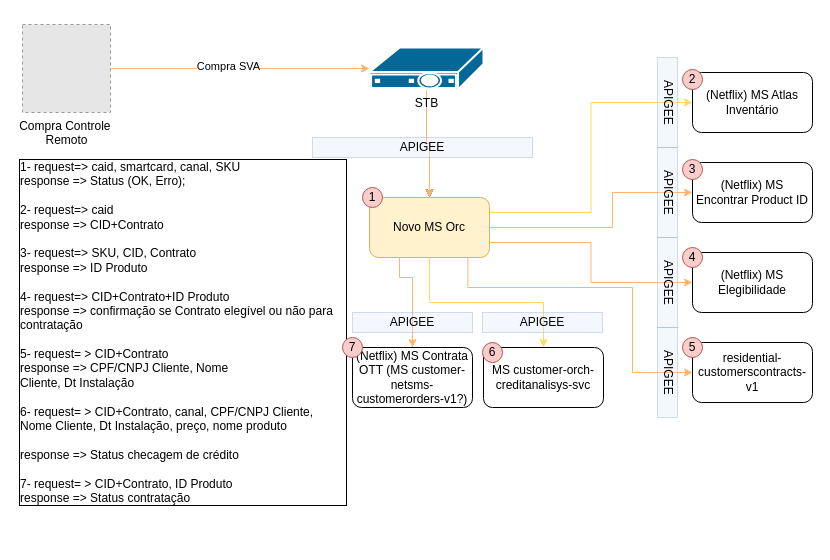
Before: page "v2" (2 of 2) of 119216 - Chamada de crédito para vendas através de controle remoto.drawio in samirali/ClaroBrasil, a draw.io diagram. Source tidied: cells renumbered, new cells numbered last; positions are measured from the earlier drawing's top-left corner, leaving out a move shared by most shapes. Both pictures are drawn from the tidied source at 100%, with x=0, y=0 at pixel (17, 24). Pictures stored in the file or linked from it are replaced by grey dashed boxes.
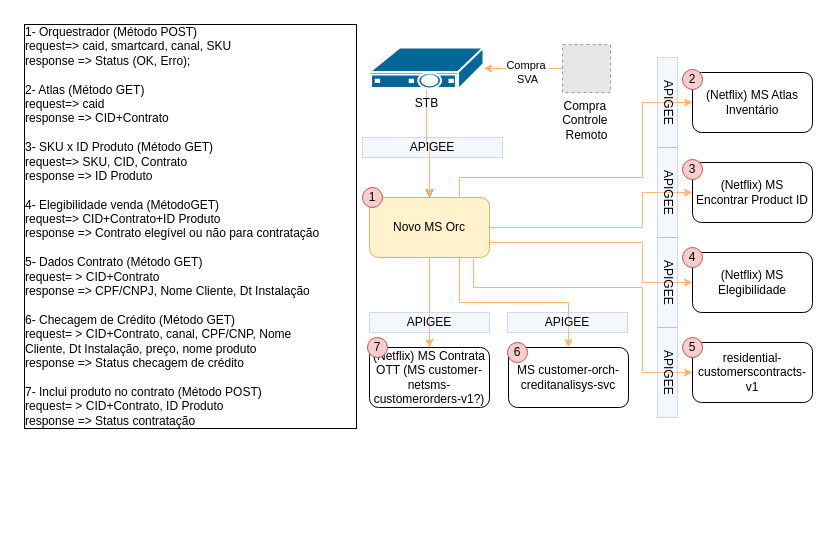
The same diagram, later.

Unchanged cells that the change refers to:
```xml
<mxCell id="3" value="(Netflix) MS Atlas Inventário" style="rounded=1;whiteSpace=wrap;html=1;" parent="1" vertex="1">
  <mxGeometry x="675" y="48" width="120" height="60" as="geometry" />
</mxCell>
<mxCell id="4" style="edgeStyle=orthogonalEdgeStyle;rounded=0;jettySize=auto;html=1;strokeColor=#FFB570;" parent="1" edge="1" source="6" target="9">
  <mxGeometry relative="1" as="geometry" />
</mxCell>
<mxCell id="13" value="Novo MS Orc" style="rounded=1;whiteSpace=wrap;html=1;fillColor=#fff2cc;strokeColor=#d6b656;" parent="1" vertex="1">
  <mxGeometry x="352" y="173" width="120" height="60" as="geometry" />
</mxCell>
<mxCell id="14" value="&lt;span&gt;residential-customerscontracts-v1&lt;/span&gt;" style="rounded=1;whiteSpace=wrap;html=1;" parent="1" vertex="1">
  <mxGeometry x="675" y="318" width="120" height="60" as="geometry" />
</mxCell>
<mxCell id="17" value="(Netflix)&amp;nbsp;MS Elegibilidade" style="rounded=1;whiteSpace=wrap;html=1;" parent="1" vertex="1">
  <mxGeometry x="675" y="228" width="120" height="60" as="geometry" />
</mxCell>
<mxCell id="26" value="(Netflix) MS Encontrar Product ID" style="rounded=1;whiteSpace=wrap;html=1;" parent="1" vertex="1">
  <mxGeometry x="675" y="138" width="120" height="60" as="geometry" />
</mxCell>
```

Diff of the diagram source:
```diff
@@
-    <mxCell id="2" value="1- request=&gt; caid, smartcard, canal, SKU &#10;response =&gt; Status (OK, Erro);&#10;&#10;2- request=&gt; caid &#10;response =&gt; CID+Contrato &#10;&#10;3- request=&gt; SKU, CID, Contrato &#10;response =&gt; ID Produto &#10;&#10;4- request=&gt; CID+Contrato+ID Produto &#10;response =&gt; confirmação se Contrato elegível ou não para contratação&#10;&#10;5- request= &gt; CID+Contrato &#10;response =&gt; CPF/CNPJ Cliente, Nome Cliente, Dt Instalação &#10;&#10;6- request= &gt; CID+Contrato, canal, CPF/CNPJ Cliente, Nome Cliente, Dt Instalação, preço, nome produto &#10;&#10;response =&gt; Status checagem de crédito&#10;&#10;7- request= &gt; CID+Contrato, ID Produto &#10;response =&gt; Status contratação " style="text;align=left;verticalAlign=top;rounded=0;fillColor=none;labelBackgroundColor=none;whiteSpace=wrap;labelBorderColor=default;" parent="1" vertex="1">
-      <mxGeometry y="128" width="330" height="390" as="geometry" />
+    <mxCell id="2" value="1- Orquestrador (Método POST)&#10;request=&gt; caid, smartcard, canal, SKU &#10;response =&gt; Status (OK, Erro);&#10;&#10;2- Atlas (Método GET)&#10;request=&gt; caid &#10;response =&gt; CID+Contrato &#10;&#10;3- SKU x ID Produto (Método GET)&#10;request=&gt; SKU, CID, Contrato &#10;response =&gt; ID Produto &#10;&#10;4- Elegibilidade venda (MétodoGET) &#10;request=&gt; CID+Contrato+ID Produto &#10;response =&gt; Contrato elegível ou não para contratação&#10;&#10;5- Dados Contrato (Método GET)&#10;request= &gt; CID+Contrato &#10;response =&gt; CPF/CNPJ, Nome Cliente, Dt Instalação &#10;&#10;6- Checagem de Crédito (Método GET)&#10;request= &gt; CID+Contrato, canal, CPF/CNP, Nome Cliente, Dt Instalação, preço, nome produto &#10;response =&gt; Status checagem de crédito&#10;&#10;7- Inclui produto no contrato (Método POST)&#10;request= &gt; CID+Contrato, ID Produto &#10;response =&gt; Status contratação " style="text;align=left;verticalAlign=top;rounded=0;fillColor=none;labelBackgroundColor=none;whiteSpace=wrap;labelBorderColor=default;" parent="1" vertex="1">
+      <mxGeometry x="5" y="-7" width="335" height="410" as="geometry" />
     </mxCell>
@@
-    <mxCell id="5" value="Compra SVA" style="edgeLabel;html=1;align=center;verticalAlign=middle;" parent="4" vertex="1">
+    <mxCell id="5" value="Compra&amp;nbsp;&lt;div&gt;SVA&lt;/div&gt;" style="edgeLabel;html=1;align=center;verticalAlign=middle;" parent="4" vertex="1">
       <mxGeometry x="-0.1" y="3" relative="1" as="geometry" />
     </mxCell>
-    <mxCell id="6" value="Compra Controle&amp;nbsp;&lt;div&gt;Remoto&lt;/div&gt;" style="fillColor=#E6E6E6;strokeColor=#999999;dashed=1;html=1;verticalAlign=top;verticalLabelPosition=bottom;labelBackgroundColor=#ffffff;" parent="1" vertex="1">
-      <mxGeometry x="5" width="88" height="88" as="geometry" />
+    <mxCell id="6" value="Compra&amp;nbsp;&lt;div&gt;Controle&amp;nbsp;&lt;div&gt;Remoto&lt;/div&gt;&lt;/div&gt;" style="fillColor=#E6E6E6;strokeColor=#999999;dashed=1;html=1;verticalAlign=top;verticalLabelPosition=bottom;labelBackgroundColor=#ffffff;" parent="1" vertex="1">
+      <mxGeometry x="545" y="20" width="48" height="48" as="geometry" />
     </mxCell>
@@
-    <mxCell id="10" style="edgeStyle=orthogonalEdgeStyle;rounded=0;jettySize=auto;html=1;exitX=0.82;exitY=0.953;exitDx=0;exitDy=0;strokeColor=#FFB570;exitPerimeter=0;entryX=0;entryY=0.5;entryDx=0;entryDy=0;" parent="1" edge="1" source="13" target="14">
+    <mxCell id="10" style="edgeStyle=orthogonalEdgeStyle;rounded=0;jettySize=auto;html=1;exitX=0.867;exitY=1;exitDx=0;exitDy=0;strokeColor=#FFB570;exitPerimeter=0;entryX=0;entryY=0.5;entryDx=0;entryDy=0;" parent="1" edge="1" source="13" target="14">
       <mxGeometry relative="1" as="geometry">
         <Array as="points">
-          <mxPoint x="450" y="263" />
-          <mxPoint x="615" y="263" />
-          <mxPoint x="615" y="348" />
+          <mxPoint x="456" y="263" />
+          <mxPoint x="625" y="263" />
+          <mxPoint x="625" y="348" />
         </Array>
       </mxGeometry>
     </mxCell>
-    <mxCell id="11" style="edgeStyle=orthogonalEdgeStyle;rounded=0;jettySize=auto;html=1;entryX=0;entryY=0.5;entryDx=0;entryDy=0;exitX=1;exitY=0.25;exitDx=0;exitDy=0;strokeColor=#FFD966;" parent="1" edge="1" source="13" target="3">
-      <mxGeometry relative="1" as="geometry" />
+    <mxCell id="11" style="edgeStyle=orthogonalEdgeStyle;rounded=0;jettySize=auto;html=1;entryX=0;entryY=0.5;entryDx=0;entryDy=0;exitX=0.75;exitY=0;exitDx=0;exitDy=0;strokeColor=#FFB570;" parent="1" edge="1" source="13" target="3">
+      <mxGeometry relative="1" as="geometry">
+        <Array as="points">
+          <mxPoint x="442" y="153" />
+          <mxPoint x="625" y="153" />
+          <mxPoint x="625" y="78" />
+        </Array>
+      </mxGeometry>
     </mxCell>
-    <mxCell id="12" style="edgeStyle=orthogonalEdgeStyle;rounded=0;jettySize=auto;html=1;entryX=0.5;entryY=0;entryDx=0;entryDy=0;strokeColor=#FFD966;" parent="1" edge="1" source="13" target="15">
+    <mxCell id="12" style="edgeStyle=orthogonalEdgeStyle;rounded=0;jettySize=auto;html=1;entryX=0.5;entryY=0;entryDx=0;entryDy=0;strokeColor=#FFB570;exitX=0.75;exitY=1;exitDx=0;exitDy=0;" parent="1" edge="1" source="13" target="15">
       <mxGeometry relative="1" as="geometry" />
     </mxCell>
+    <mxCell id="20" style="edgeStyle=orthogonalEdgeStyle;rounded=0;jettySize=auto;html=1;entryX=0.5;entryY=0;entryDx=0;entryDy=0;strokeColor=#FFB570;" parent="1" edge="1" source="13" target="16">
+      <mxGeometry relative="1" as="geometry" />
+    </mxCell>
@@
     <mxCell id="15" value="MS customer-orch-creditanalisys-svc" style="rounded=1;whiteSpace=wrap;html=1;" parent="1" vertex="1">
-      <mxGeometry x="466" y="323" width="120" height="60" as="geometry" />
+      <mxGeometry x="491" y="323" width="120" height="60" as="geometry" />
     </mxCell>
     <mxCell id="16" value="(Netflix) MS Contrata OTT (MS customer-netsms-customerorders-v1?)" style="rounded=1;whiteSpace=wrap;html=1;" parent="1" vertex="1">
-      <mxGeometry x="335" y="323" width="120" height="60" as="geometry" />
+      <mxGeometry x="352" y="323" width="120" height="60" as="geometry" />
     </mxCell>
@@
     <mxCell id="18" value="APIGEE" style="rounded=0;whiteSpace=wrap;html=1;fillColor=#dae8fc;strokeColor=#6c8ebf;opacity=30;" parent="1" vertex="1">
-      <mxGeometry x="295" y="113" width="220" height="20" as="geometry" />
+      <mxGeometry x="345" y="113" width="140" height="20" as="geometry" />
     </mxCell>
     <mxCell id="19" style="edgeStyle=orthogonalEdgeStyle;rounded=0;jettySize=auto;html=1;strokeColor=#FFB570;entryX=0;entryY=0.5;entryDx=0;entryDy=0;exitX=1;exitY=0.5;exitDx=0;exitDy=0;" parent="1" edge="1" source="13" target="26">
       <mxGeometry relative="1" as="geometry">
         <Array as="points">
-          <mxPoint x="595" y="203" />
-          <mxPoint x="595" y="168" />
+          <mxPoint x="625" y="203" />
+          <mxPoint x="625" y="168" />
         </Array>
       </mxGeometry>
     </mxCell>
-    <mxCell id="20" style="edgeStyle=orthogonalEdgeStyle;rounded=0;jettySize=auto;html=1;strokeColor=#FFB570;entryX=0.5;entryY=0;entryDx=0;entryDy=0;exitX=0.25;exitY=1;exitDx=0;exitDy=0;" parent="1" edge="1" source="13" target="16">
-      <mxGeometry relative="1" as="geometry">
-        <Array as="points">
-          <mxPoint x="382" y="253" />
-          <mxPoint x="395" y="253" />
-        </Array>
-      </mxGeometry>
-    </mxCell>
@@
     <mxCell id="23" value="7" style="ellipse;whiteSpace=wrap;html=1;fillColor=#f8cecc;strokeColor=#b85450;" parent="1" vertex="1">
-      <mxGeometry x="325" y="313" width="20" height="20" as="geometry" />
+      <mxGeometry x="350" y="313" width="20" height="20" as="geometry" />
     </mxCell>
@@
     <mxCell id="25" value="6" style="ellipse;whiteSpace=wrap;html=1;fillColor=#f8cecc;strokeColor=#b85450;" parent="1" vertex="1">
-      <mxGeometry x="465" y="318" width="20" height="20" as="geometry" />
+      <mxGeometry x="490" y="318" width="20" height="20" as="geometry" />
     </mxCell>
@@
     <mxCell id="31" value="APIGEE" style="rounded=0;whiteSpace=wrap;html=1;fillColor=#dae8fc;strokeColor=#6c8ebf;opacity=30;" parent="1" vertex="1">
-      <mxGeometry x="465" y="288" width="120" height="20" as="geometry" />
+      <mxGeometry x="490" y="288" width="120" height="20" as="geometry" />
     </mxCell>
     <mxCell id="32" value="APIGEE" style="rounded=0;whiteSpace=wrap;html=1;fillColor=#dae8fc;strokeColor=#6c8ebf;opacity=30;" parent="1" vertex="1">
-      <mxGeometry x="335" y="288" width="120" height="20" as="geometry" />
+      <mxGeometry x="352" y="288" width="120" height="20" as="geometry" />
     </mxCell>
     <mxCell id="33" style="edgeStyle=orthogonalEdgeStyle;rounded=0;jettySize=auto;html=1;strokeColor=#FFB570;entryX=0;entryY=0.5;entryDx=0;entryDy=0;exitX=1;exitY=0.75;exitDx=0;exitDy=0;" parent="1" edge="1" source="13" target="17">
-      <mxGeometry relative="1" as="geometry" />
+      <mxGeometry relative="1" as="geometry">
+        <Array as="points">
+          <mxPoint x="625" y="218" />
+          <mxPoint x="625" y="258" />
+        </Array>
+      </mxGeometry>
     </mxCell>
```
